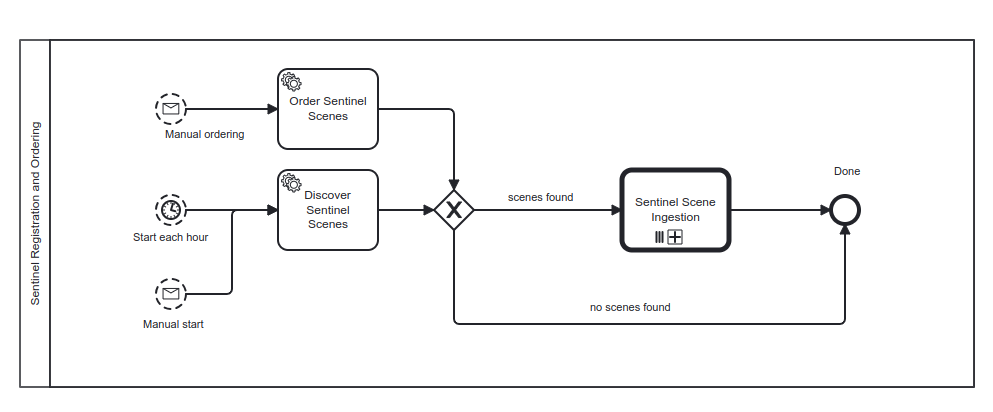
Above: workflows/sentinel-registration-hourly.png in EOEPCA/registration-harvester (BPMN), before the change. Its source is kept beside it as workflows/sentinel-registration-hourly.bpmn. Ids are renumbered.
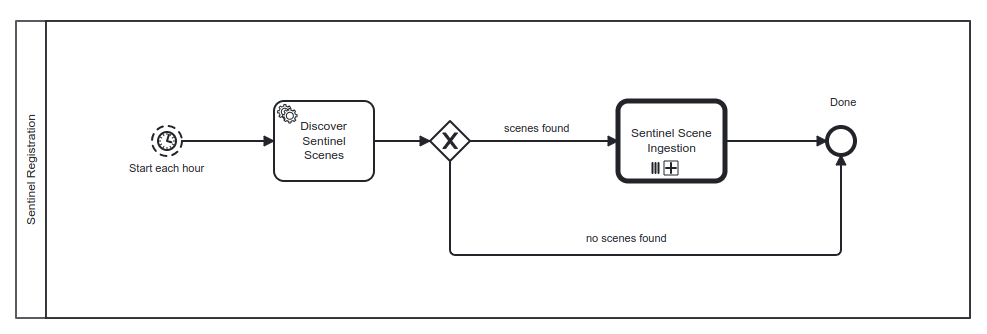
Above is the later version.

Change to the diagram source:
```diff
@@ -1,8 +1,6 @@
 <definitions xmlns="http://www.omg.org/spec/BPMN/20100524/MODEL" xmlns:xsi="http://www.w3.org/2001/XMLSchema-instance" xmlns:bpmndi="http://www.omg.org/spec/BPMN/20100524/DI" xmlns:omgdc="http://www.omg.org/spec/DD/20100524/DC" xmlns:omgdi="http://www.omg.org/spec/DD/20100524/DI" xmlns:xsd="http://www.w3.org/2001/XMLSchema" xmlns:flowable="http://flowable.org/bpmn" xmlns:design="http://flowable.org/design" targetNamespace="http://flowable.org/test" design:palette="flowable-work-process-palette">
   <collaboration id="Collaboration">
-    <participant id="bpmnPool_8" name="Sentinel Registration and Ordering" processRef="sentinelRegistrationHourly" />
-    <participant id="Participant_n1" name="Inventory API" />
-    <messageFlow id="Flow_n2" sourceRef="bpmnTask_1" targetRef="Participant_n1" />
+    <participant id="bpmnPool_8" name="Sentinel Registration" processRef="sentinelRegistrationHourly" />
   </collaboration>
   <message id="sentinelStartIngestion" name="sentinel-start-ingestion" />
   <message id="sentineStartOrder" name="sentine-start-order" />
@@ -10,26 +8,20 @@
     <extensionElements>
       <design:stencilid>BPMNDiagram</design:stencilid>
       <design:creationdate>2024-10-24T08:10:03.801Z</design:creationdate>
-      <design:modificationdate>2024-10-25T12:59:08.992Z</design:modificationdate>
+      <design:modificationdate>2024-11-06T08:10:49.557Z</design:modificationdate>
     </extensionElements>
     <laneSet id="laneSet_sentinelRegistrationHourly">
       <lane id="bpmnLane_9">
         <flowNodeRef>bpmnCallActivity_6</flowNodeRef>
         <flowNodeRef>bpmnTask_1</flowNodeRef>
-        <flowNodeRef>bpmnTask_9</flowNodeRef>
         <flowNodeRef>bpmnGateway_4</flowNodeRef>
         <flowNodeRef>bpmnStartEvent_3</flowNodeRef>
-        <flowNodeRef>bpmnStartEvent_4</flowNodeRef>
-        <flowNodeRef>bpmnStartEvent_9</flowNodeRef>
         <flowNodeRef>bpmnEndEvent_6</flowNodeRef>
         <flowNodeRef>bpmnSequenceFlow_8</flowNodeRef>
         <flowNodeRef>bpmnSequenceFlow_5</flowNodeRef>
-        <flowNodeRef>bpmnSequenceFlow_12</flowNodeRef>
         <flowNodeRef>bpmnSequenceFlow_9</flowNodeRef>
         <flowNodeRef>bpmnSequenceFlow_10</flowNodeRef>
         <flowNodeRef>bpmnSequenceFlow_2</flowNodeRef>
-        <flowNodeRef>bpmnSequenceFlow_3</flowNodeRef>
-        <flowNodeRef>bpmnSequenceFlow_11</flowNodeRef>
       </lane>
     </laneSet>
     <callActivity id="bpmnCallActivity_6" name="Sentinel Scene Ingestion" calledElement="sentinelSceneIngestion" flowable:fallbackToDefaultTenant="true">
@@ -42,12 +34,6 @@
       </multiInstanceLoopCharacteristics>
     </callActivity>
     <serviceTask id="bpmnTask_1" name="Discover Sentinel Scenes" flowable:type="external-worker" flowable:topic="sentinel_discover_data">
-      <extensionElements>
-        <design:stencilid>ExternalWorkerTask</design:stencilid>
-        <design:stencilsuperid>Task</design:stencilsuperid>
-      </extensionElements>
-    </serviceTask>
-    <serviceTask id="bpmnTask_9" name="Order Sentinel Scenes" flowable:type="external-worker" flowable:topic="sentinel_order_data">
       <extensionElements>
         <design:stencilid>ExternalWorkerTask</design:stencilid>
         <design:stencilsuperid>Task</design:stencilsuperid>
@@ -68,22 +54,6 @@
         <timeCycle>R/P0Y0M0DT1H0M0S</timeCycle>
       </timerEventDefinition>
     </startEvent>
-    <startEvent id="bpmnStartEvent_4" name="Manual start" isInterrupting="false">
-      <extensionElements>
-        <flowable:work-form-field-validation>false</flowable:work-form-field-validation>
-        <design:stencilid>StartMessageEvent</design:stencilid>
-        <design:display_ref_in_diagram>true</design:display_ref_in_diagram>
-      </extensionElements>
-      <messageEventDefinition messageRef="sentinelStartIngestion" />
-    </startEvent>
-    <startEvent id="bpmnStartEvent_9" name="Manual ordering" isInterrupting="false">
-      <extensionElements>
-        <flowable:work-form-field-validation>false</flowable:work-form-field-validation>
-        <design:stencilid>StartMessageEvent</design:stencilid>
-        <design:display_ref_in_diagram>true</design:display_ref_in_diagram>
-      </extensionElements>
-      <messageEventDefinition messageRef="sentineStartOrder" />
-    </startEvent>
     <endEvent id="bpmnEndEvent_6" name="Done">
       <extensionElements>
         <design:stencilid>EndNoneEvent</design:stencilid>
@@ -96,11 +66,6 @@
       </extensionElements>
     </sequenceFlow>
     <sequenceFlow id="bpmnSequenceFlow_5" sourceRef="bpmnTask_1" targetRef="bpmnGateway_4">
-      <extensionElements>
-        <design:stencilid>SequenceFlow</design:stencilid>
-      </extensionElements>
-    </sequenceFlow>
-    <sequenceFlow id="bpmnSequenceFlow_12" sourceRef="bpmnTask_9" targetRef="bpmnGateway_4">
       <extensionElements>
         <design:stencilid>SequenceFlow</design:stencilid>
       </extensionElements>
@@ -124,111 +89,63 @@
         <design:stencilid>SequenceFlow</design:stencilid>
       </extensionElements>
     </sequenceFlow>
-    <sequenceFlow id="bpmnSequenceFlow_3" sourceRef="bpmnStartEvent_4" targetRef="bpmnTask_1">
-      <extensionElements>
-        <design:stencilid>SequenceFlow</design:stencilid>
-      </extensionElements>
-    </sequenceFlow>
-    <sequenceFlow id="bpmnSequenceFlow_11" sourceRef="bpmnStartEvent_9" targetRef="bpmnTask_9">
-      <extensionElements>
-        <design:stencilid>SequenceFlow</design:stencilid>
-      </extensionElements>
-    </sequenceFlow>
   </process>
   <bpmndi:BPMNDiagram id="BPMNDiagram_Collaboration">
     <bpmndi:BPMNPlane id="BPMNPlane_Collaboration" bpmnElement="Collaboration">
       <bpmndi:BPMNShape id="BPMNShape_bpmnPool_8" bpmnElement="bpmnPool_8">
-        <omgdc:Bounds x="239" y="212" width="954" height="347" />
+        <omgdc:Bounds x="239" y="212" width="954" height="297" />
       </bpmndi:BPMNShape>
       <bpmndi:BPMNShape id="BPMNShape_bpmnLane_9" bpmnElement="bpmnLane_9">
-        <omgdc:Bounds x="269" y="212" width="924" height="347" />
+        <omgdc:Bounds x="269" y="212" width="924" height="297" />
       </bpmndi:BPMNShape>
       <bpmndi:BPMNShape id="BPMNShape_bpmnCallActivity_6" bpmnElement="bpmnCallActivity_6">
-        <omgdc:Bounds x="841" y="342" width="107" height="80" />
+        <omgdc:Bounds x="841" y="292" width="107" height="80" />
       </bpmndi:BPMNShape>
       <bpmndi:BPMNShape id="BPMNShape_bpmnTask_1" bpmnElement="bpmnTask_1">
-        <omgdc:Bounds x="497" y="342" width="100" height="80" />
-      </bpmndi:BPMNShape>
-      <bpmndi:BPMNShape id="BPMNShape_bpmnTask_9" bpmnElement="bpmnTask_9">
-        <omgdc:Bounds x="497" y="241" width="100" height="80" />
+        <omgdc:Bounds x="497" y="292" width="100" height="80" />
       </bpmndi:BPMNShape>
       <bpmndi:BPMNShape id="BPMNShape_bpmnGateway_4" bpmnElement="bpmnGateway_4" isMarkerVisible="true">
-        <omgdc:Bounds x="653" y="362" width="40" height="40" />
+        <omgdc:Bounds x="653" y="312" width="40" height="40" />
       </bpmndi:BPMNShape>
       <bpmndi:BPMNShape id="BPMNShape_bpmnStartEvent_3" bpmnElement="bpmnStartEvent_3">
-        <omgdc:Bounds x="375" y="367" width="30" height="30" />
+        <omgdc:Bounds x="375" y="317" width="30" height="30" />
         <bpmndi:BPMNLabel>
-          <omgdc:Bounds x="343.7" y="403" width="93" height="18" />
-        </bpmndi:BPMNLabel>
-      </bpmndi:BPMNShape>
-      <bpmndi:BPMNShape id="BPMNShape_bpmnStartEvent_4" bpmnElement="bpmnStartEvent_4">
-        <omgdc:Bounds x="375" y="451" width="30" height="30" />
-        <bpmndi:BPMNLabel>
-          <omgdc:Bounds x="354.4" y="490" width="75" height="18" />
-        </bpmndi:BPMNLabel>
-      </bpmndi:BPMNShape>
-      <bpmndi:BPMNShape id="BPMNShape_bpmnStartEvent_9" bpmnElement="bpmnStartEvent_9">
-        <omgdc:Bounds x="375" y="266" width="30" height="30" />
-        <bpmndi:BPMNLabel>
-          <omgdc:Bounds x="375" y="300" width="98" height="18" />
+          <omgdc:Bounds x="343.7" y="353" width="93" height="18" />
         </bpmndi:BPMNLabel>
       </bpmndi:BPMNShape>
       <bpmndi:BPMNShape id="BPMNShape_bpmnEndEvent_6" bpmnElement="bpmnEndEvent_6">
-        <omgdc:Bounds x="1050" y="368" width="28" height="28" />
+        <omgdc:Bounds x="1050" y="318" width="28" height="28" />
         <bpmndi:BPMNLabel>
-          <omgdc:Bounds x="1049.8" y="337" width="32" height="18" />
+          <omgdc:Bounds x="1049.8" y="287" width="32" height="18" />
         </bpmndi:BPMNLabel>
       </bpmndi:BPMNShape>
       <bpmndi:BPMNEdge id="BPMNEdge_bpmnSequenceFlow_8" bpmnElement="bpmnSequenceFlow_8" flowable:sourceDockerX="54.0" flowable:sourceDockerY="40.0" flowable:targetDockerX="14.0" flowable:targetDockerY="14.0">
-        <omgdi:waypoint x="948" y="382" />
-        <omgdi:waypoint x="1050" y="382.0000000000177" />
+        <omgdi:waypoint x="948" y="332" />
+        <omgdi:waypoint x="1050" y="332.0000000000177" />
       </bpmndi:BPMNEdge>
       <bpmndi:BPMNEdge id="BPMNEdge_bpmnSequenceFlow_5" bpmnElement="bpmnSequenceFlow_5" flowable:sourceDockerX="50.0" flowable:sourceDockerY="40.0" flowable:targetDockerX="20.0" flowable:targetDockerY="20.0">
-        <omgdi:waypoint x="597" y="382" />
-        <omgdi:waypoint x="653" y="382" />
-      </bpmndi:BPMNEdge>
-      <bpmndi:BPMNEdge id="BPMNEdge_bpmnSequenceFlow_12" bpmnElement="bpmnSequenceFlow_12" flowable:sourceDockerX="50.0" flowable:sourceDockerY="40.0" flowable:targetDockerX="20.0" flowable:targetDockerY="20.0">
-        <omgdi:waypoint x="597" y="281" />
-        <omgdi:waypoint x="673" y="281" />
-        <omgdi:waypoint x="673" y="362" />
+        <omgdi:waypoint x="597" y="332" />
+        <omgdi:waypoint x="653" y="332" />
       </bpmndi:BPMNEdge>
       <bpmndi:BPMNEdge id="BPMNEdge_bpmnSequenceFlow_9" bpmnElement="bpmnSequenceFlow_9" flowable:sourceDockerX="20.0" flowable:sourceDockerY="20.0" flowable:targetDockerX="54.0" flowable:targetDockerY="40.0">
-        <omgdi:waypoint x="693" y="382" />
-        <omgdi:waypoint x="841" y="382.0000000036547" />
+        <omgdi:waypoint x="693" y="332" />
+        <omgdi:waypoint x="841" y="332.0000000036547" />
         <bpmndi:BPMNLabel>
-          <omgdc:Bounds x="727" y="363" width="66" height="14" />
+          <omgdc:Bounds x="727" y="313" width="66" height="14" />
         </bpmndi:BPMNLabel>
       </bpmndi:BPMNEdge>
       <bpmndi:BPMNEdge id="BPMNEdge_bpmnSequenceFlow_10" bpmnElement="bpmnSequenceFlow_10" flowable:sourceDockerX="20.0" flowable:sourceDockerY="20.0" flowable:targetDockerX="14.0" flowable:targetDockerY="14.0">
-        <omgdi:waypoint x="673" y="402" />
-        <omgdi:waypoint x="673" y="496" />
-        <omgdi:waypoint x="1064" y="496" />
-        <omgdi:waypoint x="1064" y="396" />
+        <omgdi:waypoint x="673" y="352" />
+        <omgdi:waypoint x="673" y="446" />
+        <omgdi:waypoint x="1064" y="446" />
+        <omgdi:waypoint x="1064" y="346" />
         <bpmndi:BPMNLabel>
-          <omgdc:Bounds x="809" y="473" width="81" height="14" />
+          <omgdc:Bounds x="809" y="423" width="81" height="14" />
         </bpmndi:BPMNLabel>
       </bpmndi:BPMNEdge>
       <bpmndi:BPMNEdge id="BPMNEdge_bpmnSequenceFlow_2" bpmnElement="bpmnSequenceFlow_2" flowable:sourceDockerX="15.0" flowable:sourceDockerY="15.0" flowable:targetDockerX="50.0" flowable:targetDockerY="40.0">
-        <omgdi:waypoint x="405" y="382" />
-        <omgdi:waypoint x="497" y="382" />
-      </bpmndi:BPMNEdge>
-      <bpmndi:BPMNEdge id="BPMNEdge_bpmnSequenceFlow_3" bpmnElement="bpmnSequenceFlow_3" flowable:sourceDockerX="15.0" flowable:sourceDockerY="15.0" flowable:targetDockerX="50.0" flowable:targetDockerY="40.0">
-        <omgdi:waypoint x="405" y="466" />
-        <omgdi:waypoint x="451" y="466" />
-        <omgdi:waypoint x="451" y="382" />
-        <omgdi:waypoint x="497" y="382" />
-      </bpmndi:BPMNEdge>
-      <bpmndi:BPMNEdge id="BPMNEdge_bpmnSequenceFlow_11" bpmnElement="bpmnSequenceFlow_11" flowable:sourceDockerX="15.0" flowable:sourceDockerY="15.0" flowable:targetDockerX="50.0" flowable:targetDockerY="40.0">
-        <omgdi:waypoint x="405" y="281" />
-        <omgdi:waypoint x="497" y="281" />
-      </bpmndi:BPMNEdge>
-      <bpmndi:BPMNShape id="Participant_1cqo5dg_di" bpmnElement="Participant_n1" isHorizontal="true">
-        <omgdc:Bounds x="396" y="590" width="301" height="60" />
-        <bpmndi:BPMNLabel />
-      </bpmndi:BPMNShape>
-      <bpmndi:BPMNEdge id="Flow_n2_di" bpmnElement="Flow_n2">
-        <omgdi:waypoint x="547" y="422" />
-        <omgdi:waypoint x="547" y="590" />
+        <omgdi:waypoint x="405" y="332" />
+        <omgdi:waypoint x="497" y="332" />
       </bpmndi:BPMNEdge>
     </bpmndi:BPMNPlane>
   </bpmndi:BPMNDiagram>
```
